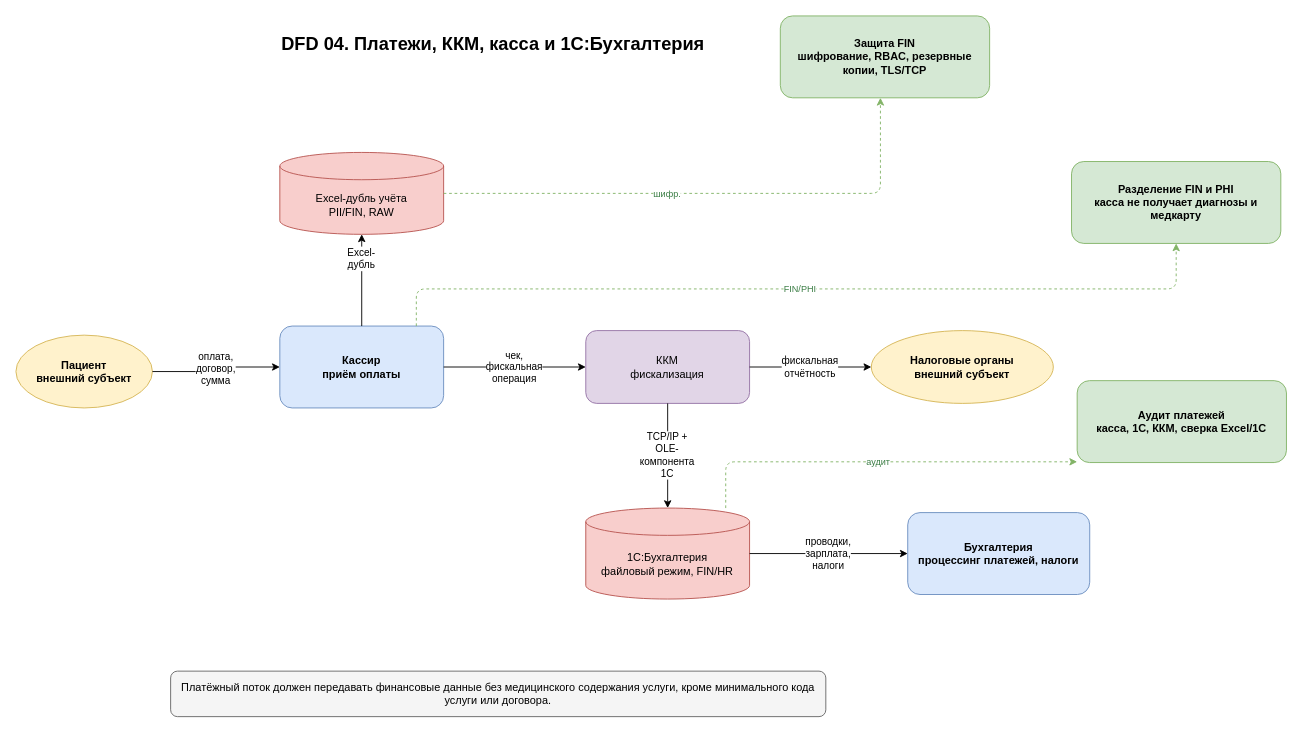
Earlier version of the draw.io diagram Task1/dfd/04-payments-accounting.drawio (astandrik/architecture-medikamente). Source tidied: cells renumbered, new cells numbered last; positions are measured from the earlier drawing's top-left corner, leaving out a move shared by most shapes. Both pictures are drawn from the tidied source at 91%, with x=0, y=0 at pixel (15, 15).
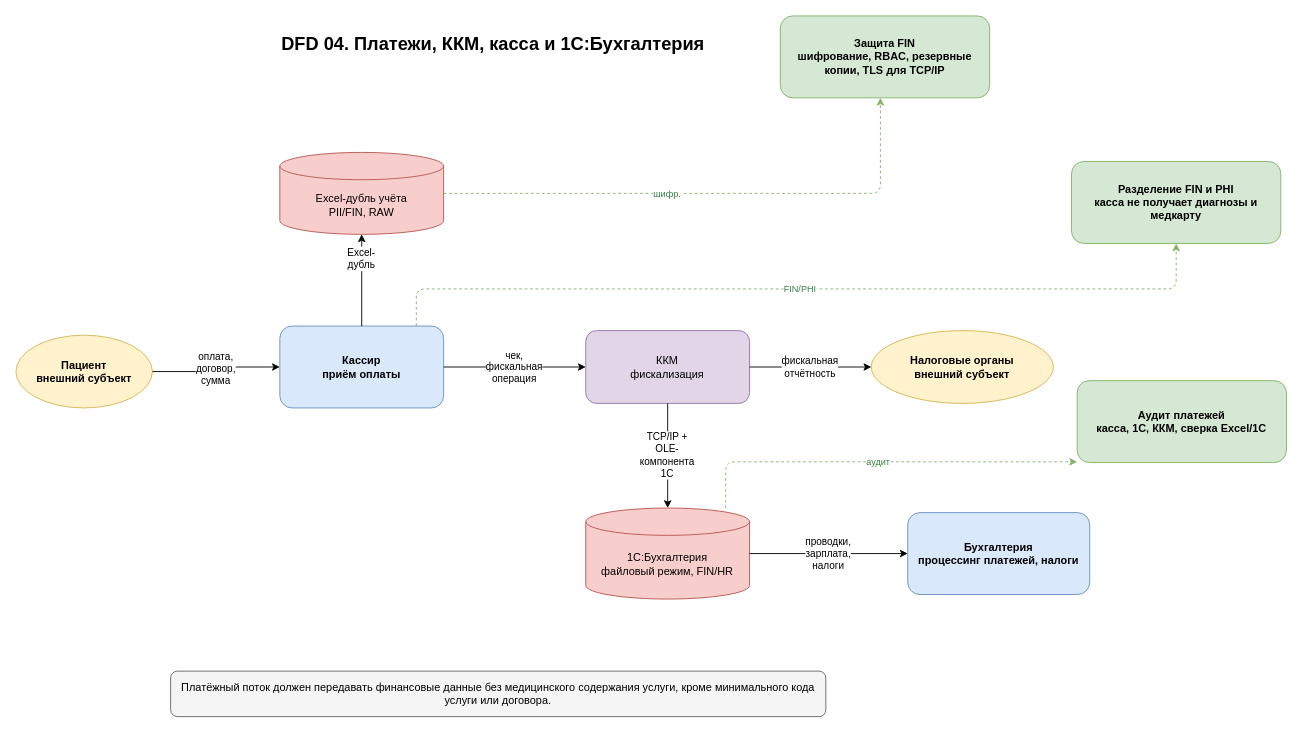
The same page after the edit.

What changed in the source:
```diff
@@
-    <mxCell id="12" value="Защита FIN&lt;br&gt;шифрование, RBAC, резервные копии, TLS/TCP" style="rounded=1;html=1;whiteSpace=wrap;fillColor=#d5e8d4;strokeColor=#82b366;fontStyle=1;" parent="1" vertex="1">
+    <mxCell id="12" value="Защита FIN&lt;br&gt;шифрование, RBAC, резервные копии, TLS для TCP/IP" style="rounded=1;html=1;whiteSpace=wrap;fillColor=#d5e8d4;strokeColor=#82b366;fontStyle=1;" parent="1" vertex="1">
       <mxGeometry x="840" width="230" height="90" as="geometry" />
     </mxCell>
```
